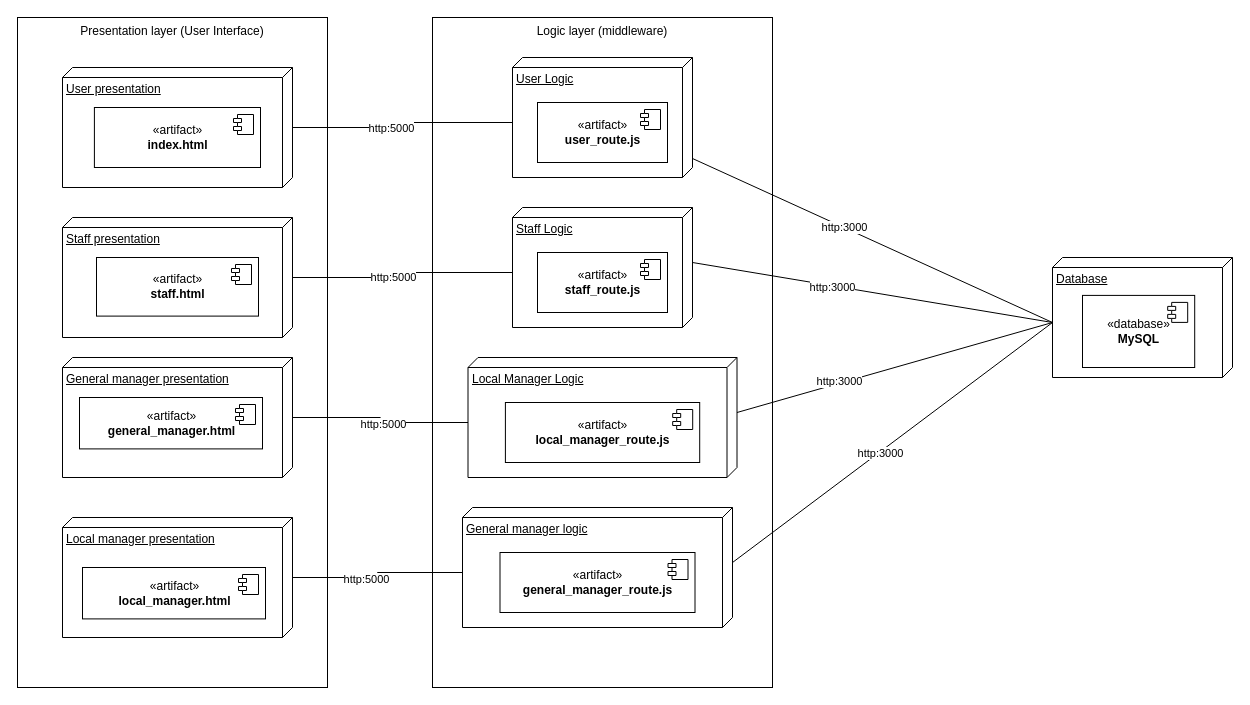
Earlier version of the draw.io diagram drawio/coffee_shop_deploy.drawio (minhrongcon2000/TrungNguyenCoffeeSystem). Source tidied: cells renumbered, new cells numbered last; positions are measured from the earlier drawing's top-left corner, leaving out a move shared by most shapes. Both pictures are drawn from the tidied source at 100%, with x=0, y=0 at pixel (17, 17).
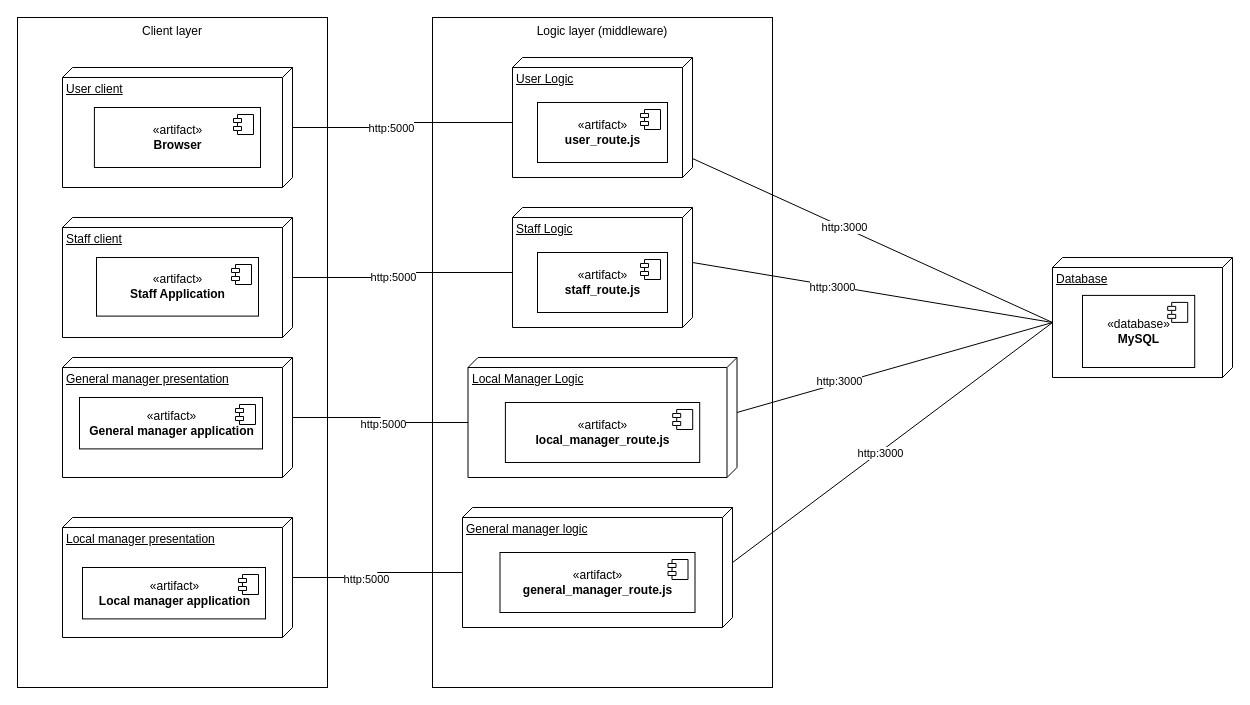
After the change.

Commit message (it also covers changes not shown here):
add route for general manager and modify customer route

The change refers to these unchanged cells:
```xml
<mxCell id="6" style="group;" parent="1" vertex="1">
  <mxGeometry width="310" height="670" as="geometry" />
</mxCell>
<mxCell id="8" style="group;" parent="6" vertex="1">
  <mxGeometry x="45" y="50" width="230" height="120" as="geometry" />
</mxCell>
<mxCell id="12" style="group;" parent="6" vertex="1">
  <mxGeometry x="45" y="200" width="230" height="120" as="geometry" />
</mxCell>
<mxCell id="16" style="group;" parent="6" vertex="1">
  <mxGeometry x="45" y="500" width="230" height="120" as="geometry" />
</mxCell>
<mxCell id="21" style="group;" parent="20" vertex="1">
  <mxGeometry width="230" height="120" as="geometry" />
</mxCell>
```

Change to the diagram source:
```diff
@@
-    <mxCell id="7" value="Presentation layer (User Interface)" style="rounded=0;whiteSpace=wrap;html=1;align=center;horizontal=1;verticalAlign=top;" parent="6" vertex="1">
+    <mxCell id="7" value="Client layer" style="rounded=0;whiteSpace=wrap;html=1;align=center;horizontal=1;verticalAlign=top;" parent="6" vertex="1">
       <mxGeometry width="310" height="670" as="geometry" />
     </mxCell>
@@
-    <mxCell id="9" value="User presentation" style="verticalAlign=top;align=left;spacingTop=8;spacingLeft=2;spacingRight=12;shape=cube;size=10;direction=south;fontStyle=4;html=1;" parent="8" vertex="1">
+    <mxCell id="9" value="User client" style="verticalAlign=top;align=left;spacingTop=8;spacingLeft=2;spacingRight=12;shape=cube;size=10;direction=south;fontStyle=4;html=1;" parent="8" vertex="1">
       <mxGeometry width="230" height="120" as="geometry" />
     </mxCell>
-    <mxCell id="10" value="«artifact»&lt;br&gt;&lt;b&gt;index.html&lt;/b&gt;" style="html=1;" parent="8" vertex="1">
+    <mxCell id="10" value="«artifact»&lt;br&gt;&lt;b&gt;Browser&lt;/b&gt;" style="html=1;" parent="8" vertex="1">
       <mxGeometry x="31.9" y="40" width="166.1" height="60" as="geometry" />
     </mxCell>
@@
-    <mxCell id="13" value="Staff presentation" style="verticalAlign=top;align=left;spacingTop=8;spacingLeft=2;spacingRight=12;shape=cube;size=10;direction=south;fontStyle=4;html=1;" parent="12" vertex="1">
+    <mxCell id="13" value="Staff client" style="verticalAlign=top;align=left;spacingTop=8;spacingLeft=2;spacingRight=12;shape=cube;size=10;direction=south;fontStyle=4;html=1;" parent="12" vertex="1">
       <mxGeometry width="230" height="120" as="geometry" />
     </mxCell>
-    <mxCell id="14" value="«artifact»&lt;br&gt;&lt;b&gt;staff.html&lt;/b&gt;" style="html=1;" parent="12" vertex="1">
+    <mxCell id="14" value="«artifact»&lt;br&gt;&lt;b&gt;Staff Application&lt;/b&gt;" style="html=1;" parent="12" vertex="1">
       <mxGeometry x="34" y="40" width="162" height="58.6" as="geometry" />
     </mxCell>
@@
-    <mxCell id="18" value="«artifact»&lt;br&gt;&lt;b&gt;local_manager.html&lt;/b&gt;" style="html=1;" parent="16" vertex="1">
+    <mxCell id="18" value="«artifact»&lt;br&gt;&lt;b&gt;Local manager application&lt;/b&gt;" style="html=1;" parent="16" vertex="1">
       <mxGeometry x="20" y="50" width="183" height="51.4" as="geometry" />
     </mxCell>
@@
-    <mxCell id="23" value="«artifact»&lt;br&gt;&lt;b&gt;general_manager.html&lt;/b&gt;" style="html=1;" parent="21" vertex="1">
+    <mxCell id="23" value="«artifact»&lt;br&gt;&lt;b&gt;General manager application&lt;/b&gt;" style="html=1;" parent="21" vertex="1">
       <mxGeometry x="17" y="40" width="183" height="51.4" as="geometry" />
     </mxCell>
```
